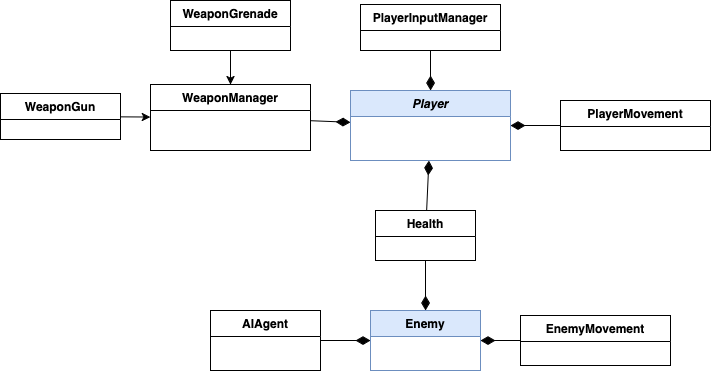
The draw.io diagram Entities.drawio.png in dana-jadzia/SGD213_Task-2-Wiki, before a commit. Source tidied: cells renumbered, new cells last; positions are measured from the earlier drawing's top-left corner, leaving out a move shared by most shapes.
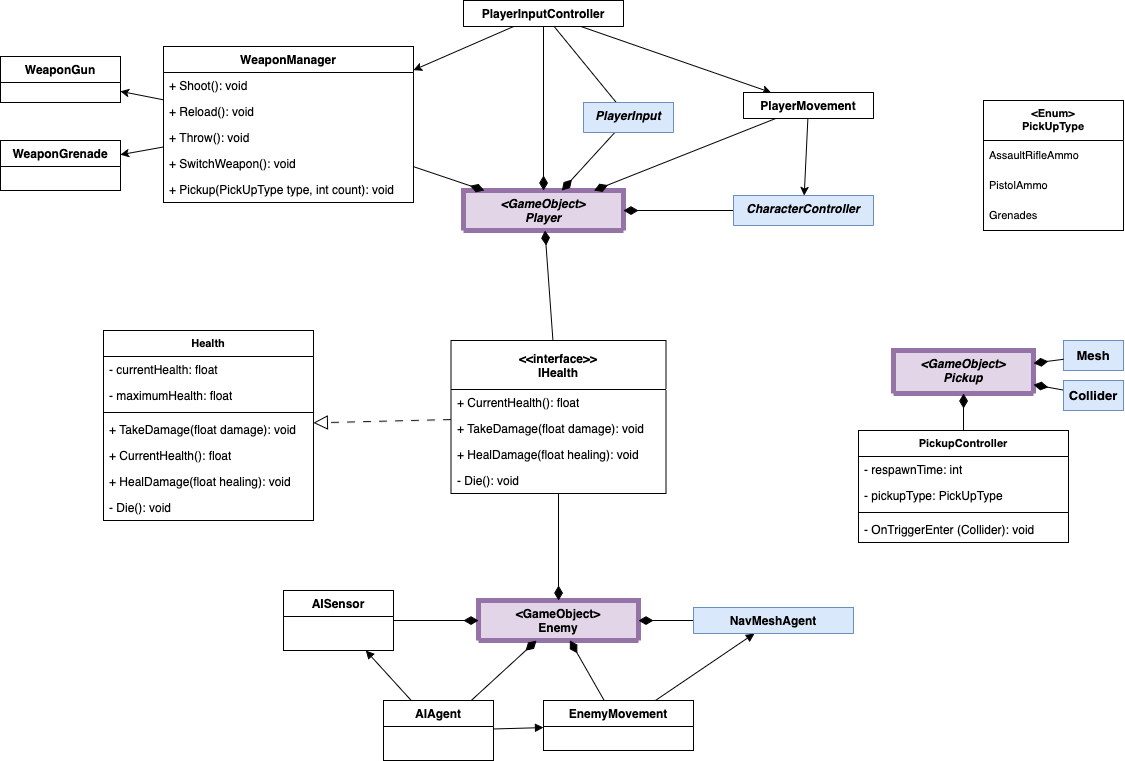
Above is the later version.

Change to the diagram source:
```diff
@@ -4,9 +4,9 @@
     <mxCell id="1" parent="0" />
-    <mxCell id="2" value="Player" style="swimlane;fontStyle=3;align=center;verticalAlign=top;horizontal=1;startSize=26;rounded=0;shadow=0;strokeWidth=1;fillColor=#dae8fc;strokeColor=#6c8ebf;" parent="1" vertex="1">
-      <mxGeometry x="350" y="90" width="160" height="70" as="geometry" />
+    <mxCell id="2" value="&lt;GameObject&gt;&#10;Player" style="swimlane;fontStyle=3;align=center;verticalAlign=top;horizontal=1;startSize=40;rounded=0;shadow=0;strokeWidth=5;fillColor=#e1d5e7;strokeColor=#9673a6;swimlaneFillColor=none;fillStyle=auto;" parent="1" vertex="1" collapsed="1">
+      <mxGeometry x="43" y="190" width="160" height="40" as="geometry" />
     </mxCell>
-    <mxCell id="3" value="Enemy" style="swimlane;fontStyle=1;align=center;verticalAlign=top;horizontal=1;startSize=26;rounded=0;shadow=0;strokeWidth=1;fillColor=#dae8fc;strokeColor=#6c8ebf;" parent="1" vertex="1">
-      <mxGeometry x="370" y="310" width="110" height="60" as="geometry" />
+    <mxCell id="3" value="&lt;GameObject&gt;&#10;Enemy" style="swimlane;fontStyle=1;align=center;verticalAlign=top;horizontal=1;startSize=40;rounded=0;shadow=0;strokeWidth=5;fillColor=#e1d5e7;strokeColor=#9673a6;" parent="1" vertex="1" collapsed="1">
+      <mxGeometry x="58" y="600" width="160" height="40" as="geometry" />
     </mxCell>
-    <mxCell id="4" style="edgeStyle=none;shape=connector;rounded=0;jettySize=auto;html=1;strokeColor=default;align=center;verticalAlign=middle;fontFamily=Helvetica;fontSize=11;fontColor=default;labelBackgroundColor=default;endArrow=classic;" parent="1" edge="1" source="5" target="9">
+    <mxCell id="4" style="edgeStyle=none;shape=connector;rounded=0;jettySize=auto;html=1;strokeColor=default;align=center;verticalAlign=middle;fontFamily=Helvetica;fontSize=11;fontColor=default;labelBackgroundColor=default;endArrow=classic;" parent="1" edge="1" source="9" target="5">
       <mxGeometry relative="1" as="geometry" />
@@ -14,5 +14,5 @@
     <mxCell id="5" value="WeaponGun" style="swimlane;fontStyle=1;align=center;verticalAlign=top;horizontal=1;startSize=26;rounded=0;shadow=0;strokeWidth=1;" parent="1" vertex="1">
-      <mxGeometry y="93" width="120" height="46" as="geometry" />
+      <mxGeometry x="-420" y="56" width="120" height="46" as="geometry" />
     </mxCell>
-    <mxCell id="6" style="edgeStyle=none;shape=connector;rounded=0;jettySize=auto;html=1;strokeColor=default;align=center;verticalAlign=middle;fontFamily=Helvetica;fontSize=11;fontColor=default;labelBackgroundColor=default;endArrow=classic;" parent="1" edge="1" source="7" target="9">
+    <mxCell id="6" style="edgeStyle=none;shape=connector;rounded=0;jettySize=auto;html=1;strokeColor=default;align=center;verticalAlign=middle;fontFamily=Helvetica;fontSize=11;fontColor=default;labelBackgroundColor=default;endArrow=classic;" parent="1" edge="1" source="9" target="7">
       <mxGeometry relative="1" as="geometry" />
@@ -20,3 +20,3 @@
     <mxCell id="7" value="WeaponGrenade" style="swimlane;fontStyle=1;align=center;verticalAlign=top;horizontal=1;startSize=26;rounded=0;shadow=0;strokeWidth=1;" parent="1" vertex="1">
-      <mxGeometry x="170" width="120" height="50" as="geometry" />
+      <mxGeometry x="-420" y="140" width="120" height="50" as="geometry" />
     </mxCell>
@@ -26,4 +26,19 @@
     <mxCell id="9" value="WeaponManager" style="swimlane;fontStyle=1;align=center;verticalAlign=top;horizontal=1;startSize=26;rounded=0;shadow=0;strokeWidth=1;" parent="1" vertex="1">
-      <mxGeometry x="150" y="84" width="160" height="66" as="geometry" />
+      <mxGeometry x="-257" y="46" width="250" height="156" as="geometry" />
     </mxCell>
+    <mxCell id="21" value="+ Shoot(): void" style="text;strokeColor=none;fillColor=none;align=left;verticalAlign=top;spacingLeft=4;spacingRight=4;overflow=hidden;whiteSpace=wrap;html=1;" parent="9" vertex="1">
+      <mxGeometry y="26" width="250" height="26" as="geometry" />
+    </mxCell>
+    <mxCell id="22" value="&lt;div&gt;+ Reload(): void&lt;/div&gt;" style="text;strokeColor=none;fillColor=none;align=left;verticalAlign=top;spacingLeft=4;spacingRight=4;overflow=hidden;whiteSpace=wrap;html=1;" parent="9" vertex="1">
+      <mxGeometry y="52" width="250" height="26" as="geometry" />
+    </mxCell>
+    <mxCell id="23" value="+ Throw(): void" style="text;strokeColor=none;fillColor=none;align=left;verticalAlign=top;spacingLeft=4;spacingRight=4;overflow=hidden;whiteSpace=wrap;html=1;" parent="9" vertex="1">
+      <mxGeometry y="78" width="250" height="26" as="geometry" />
+    </mxCell>
+    <mxCell id="24" value="+ SwitchWeapon(): void" style="text;strokeColor=none;fillColor=none;align=left;verticalAlign=top;spacingLeft=4;spacingRight=4;overflow=hidden;whiteSpace=wrap;html=1;" parent="9" vertex="1">
+      <mxGeometry y="104" width="250" height="26" as="geometry" />
+    </mxCell>
+    <mxCell id="25" value="+ Pickup(PickUpType type, int count): void" style="text;strokeColor=none;fillColor=none;align=left;verticalAlign=top;spacingLeft=4;spacingRight=4;overflow=hidden;whiteSpace=wrap;html=1;" parent="9" vertex="1">
+      <mxGeometry y="130" width="250" height="26" as="geometry" />
+    </mxCell>
     <mxCell id="10" style="edgeStyle=none;shape=connector;rounded=0;jettySize=auto;html=1;strokeColor=default;align=center;verticalAlign=middle;fontFamily=Helvetica;fontSize=11;fontColor=default;labelBackgroundColor=default;endArrow=diamondThin;endFill=1;startSize=6;endSize=12;" parent="1" edge="1" source="11" target="2">
@@ -31,4 +46,13 @@
     </mxCell>
+    <mxCell id="26" style="rounded=0;jettySize=auto;html=1;" parent="1" edge="1" source="11" target="9">
+      <mxGeometry relative="1" as="geometry" />
+    </mxCell>
+    <mxCell id="27" style="rounded=0;jettySize=auto;html=1;" parent="1" edge="1" source="11" target="13">
+      <mxGeometry relative="1" as="geometry" />
+    </mxCell>
+    <mxCell id="28" style="edgeStyle=none;shape=connector;rounded=0;jettySize=auto;html=1;strokeColor=default;align=center;verticalAlign=middle;fontFamily=Helvetica;fontSize=11;fontColor=default;labelBackgroundColor=default;startArrow=none;startFill=0;endArrow=none;" parent="1" edge="1" source="46" target="11">
+      <mxGeometry relative="1" as="geometry" />
+    </mxCell>
-    <mxCell id="11" value="PlayerInputManager" style="swimlane;fontStyle=1;align=center;verticalAlign=top;horizontal=1;startSize=26;rounded=0;shadow=0;strokeWidth=1;" parent="1" vertex="1">
-      <mxGeometry x="360" y="4" width="140" height="46" as="geometry" />
+    <mxCell id="11" value="PlayerInputController" style="swimlane;fontStyle=1;align=center;verticalAlign=top;horizontal=1;startSize=26;rounded=0;shadow=0;strokeWidth=1;" parent="1" vertex="1" collapsed="1">
+      <mxGeometry x="43" width="160" height="26" as="geometry" />
     </mxCell>
@@ -37,14 +61,17 @@
     </mxCell>
+    <mxCell id="29" style="rounded=0;jettySize=auto;html=1;endSize=6;" parent="1" edge="1" source="13" target="43">
+      <mxGeometry relative="1" as="geometry" />
+    </mxCell>
-    <mxCell id="13" value="PlayerMovement" style="swimlane;fontStyle=1;align=center;verticalAlign=top;horizontal=1;startSize=26;rounded=0;shadow=0;strokeWidth=1;" parent="1" vertex="1">
-      <mxGeometry x="560" y="100" width="150" height="50" as="geometry" />
+    <mxCell id="13" value="PlayerMovement" style="swimlane;fontStyle=1;align=center;verticalAlign=top;horizontal=1;startSize=26;rounded=0;shadow=0;strokeWidth=1;" parent="1" vertex="1" collapsed="1">
+      <mxGeometry x="323" y="92" width="130" height="26" as="geometry" />
     </mxCell>
-    <mxCell id="14" style="edgeStyle=none;shape=connector;rounded=0;jettySize=auto;html=1;strokeColor=default;align=center;verticalAlign=middle;fontFamily=Helvetica;fontSize=11;fontColor=default;labelBackgroundColor=default;endArrow=diamondThin;endFill=1;startSize=6;endSize=12;" parent="1" edge="1" source="16" target="2">
+    <mxCell id="14" style="edgeStyle=none;shape=connector;rounded=0;jettySize=auto;html=1;strokeColor=default;align=center;verticalAlign=middle;fontFamily=Helvetica;fontSize=11;fontColor=default;labelBackgroundColor=default;endArrow=diamondThin;endFill=1;startSize=6;endSize=12;" parent="1" edge="1" source="37" target="2">
       <mxGeometry relative="1" as="geometry" />
     </mxCell>
-    <mxCell id="15" style="edgeStyle=none;shape=connector;rounded=0;jettySize=auto;html=1;strokeColor=default;align=center;verticalAlign=middle;fontFamily=Helvetica;fontSize=11;fontColor=default;labelBackgroundColor=default;endArrow=diamondThin;endFill=1;startSize=6;endSize=12;" parent="1" edge="1" source="16" target="3">
+    <mxCell id="15" style="edgeStyle=none;shape=connector;rounded=0;jettySize=auto;html=1;strokeColor=default;align=center;verticalAlign=middle;fontFamily=Helvetica;fontSize=11;fontColor=default;labelBackgroundColor=default;endArrow=diamondThin;endFill=1;startSize=6;endSize=12;" parent="1" edge="1" source="37" target="3">
       <mxGeometry relative="1" as="geometry" />
     </mxCell>
-    <mxCell id="16" value="Health" style="swimlane;fontStyle=1;align=center;verticalAlign=top;horizontal=1;startSize=26;rounded=0;shadow=0;strokeWidth=1;" parent="1" vertex="1">
-      <mxGeometry x="375" y="210" width="100" height="50" as="geometry" />
-    </mxCell>
+    <mxCell id="30" style="rounded=0;jettySize=auto;html=1;endSize=12;endArrow=block;endFill=0;dashed=1;dashPattern=8 8;" parent="1" edge="1" source="37" target="16">
+      <mxGeometry relative="1" as="geometry" />
+    </mxCell>
     <mxCell id="17" style="edgeStyle=none;shape=connector;rounded=0;jettySize=auto;html=1;strokeColor=default;align=center;verticalAlign=middle;fontFamily=Helvetica;fontSize=11;fontColor=default;labelBackgroundColor=default;endArrow=diamondThin;endFill=1;startSize=6;endSize=12;" parent="1" edge="1" source="18" target="3">
@@ -53,3 +80,3 @@
     <mxCell id="18" value="AIAgent" style="swimlane;fontStyle=1;align=center;verticalAlign=top;horizontal=1;startSize=26;rounded=0;shadow=0;strokeWidth=1;" parent="1" vertex="1">
-      <mxGeometry x="210" y="310" width="110" height="60" as="geometry" />
+      <mxGeometry x="-37" y="700" width="110" height="60" as="geometry" />
     </mxCell>
@@ -58,5 +85,122 @@
     </mxCell>
+    <mxCell id="31" style="edgeStyle=none;shape=connector;rounded=0;jettySize=auto;html=1;strokeColor=default;align=center;verticalAlign=middle;fontFamily=Helvetica;fontSize=11;fontColor=default;labelBackgroundColor=default;startArrow=block;startFill=1;endArrow=none;" parent="1" edge="1" source="36" target="20">
+      <mxGeometry relative="1" as="geometry" />
+    </mxCell>
     <mxCell id="20" value="EnemyMovement" style="swimlane;fontStyle=1;align=center;verticalAlign=top;horizontal=1;startSize=26;rounded=0;shadow=0;strokeWidth=1;" parent="1" vertex="1">
-      <mxGeometry x="520" y="315" width="150" height="50" as="geometry" />
+      <mxGeometry x="123" y="700" width="150" height="50" as="geometry" />
     </mxCell>
+    <mxCell id="32" style="edgeStyle=none;shape=connector;rounded=0;jettySize=auto;html=1;strokeColor=default;align=center;verticalAlign=middle;fontFamily=Helvetica;fontSize=11;fontColor=default;labelBackgroundColor=default;endArrow=diamondThin;endFill=1;startSize=6;endSize=12;" parent="1" edge="1" source="34" target="3">
+      <mxGeometry relative="1" as="geometry" />
+    </mxCell>
+    <mxCell id="33" style="rounded=0;jettySize=auto;html=1;endArrow=none;startFill=1;startArrow=block;" parent="1" edge="1" source="34" target="18">
+      <mxGeometry relative="1" as="geometry" />
+    </mxCell>
+    <mxCell id="34" value="AISensor" style="swimlane;fontStyle=1;align=center;verticalAlign=top;horizontal=1;startSize=26;rounded=0;shadow=0;strokeWidth=1;" parent="1" vertex="1">
+      <mxGeometry x="-137" y="590" width="110" height="60" as="geometry" />
+    </mxCell>
+    <mxCell id="35" style="rounded=0;jettySize=auto;html=1;endArrow=diamondThin;endFill=1;endSize=12;" parent="1" edge="1" source="36" target="3">
+      <mxGeometry relative="1" as="geometry" />
+    </mxCell>
+    <mxCell id="36" value="NavMeshAgent" style="swimlane;fontStyle=1;align=center;verticalAlign=top;horizontal=1;startSize=26;rounded=0;shadow=0;strokeWidth=1;fillColor=#dae8fc;strokeColor=#6c8ebf;" parent="1" vertex="1" collapsed="1">
+      <mxGeometry x="273" y="607" width="160" height="26" as="geometry" />
+    </mxCell>
+    <mxCell id="37" value="&lt;&lt;interface&gt;&gt;&#10;IHealth" style="swimlane;fontStyle=1;align=center;verticalAlign=middle;horizontal=1;startSize=49;rounded=0;shadow=0;strokeWidth=1;" parent="1" vertex="1">
+      <mxGeometry x="30.5" y="340" width="215" height="153" as="geometry" />
+    </mxCell>
+    <mxCell id="38" value="+ CurrentHealth(): float" style="text;strokeColor=none;fillColor=none;align=left;verticalAlign=top;spacingLeft=4;spacingRight=4;overflow=hidden;whiteSpace=wrap;html=1;" parent="37" vertex="1">
+      <mxGeometry y="49" width="215" height="26" as="geometry" />
+    </mxCell>
+    <mxCell id="39" value="+ TakeDamage(float damage): void" style="text;strokeColor=none;fillColor=none;align=left;verticalAlign=top;spacingLeft=4;spacingRight=4;overflow=hidden;whiteSpace=wrap;html=1;" parent="37" vertex="1">
+      <mxGeometry y="75" width="215" height="26" as="geometry" />
+    </mxCell>
+    <mxCell id="40" value="+ HealDamage(float healing): void" style="text;strokeColor=none;fillColor=none;align=left;verticalAlign=top;spacingLeft=4;spacingRight=4;overflow=hidden;whiteSpace=wrap;html=1;" parent="37" vertex="1">
+      <mxGeometry y="101" width="215" height="26" as="geometry" />
+    </mxCell>
+    <mxCell id="41" value="- Die(): void" style="text;strokeColor=none;fillColor=none;align=left;verticalAlign=top;spacingLeft=4;spacingRight=4;overflow=hidden;whiteSpace=wrap;html=1;" parent="37" vertex="1">
+      <mxGeometry y="127" width="215" height="26" as="geometry" />
+    </mxCell>
+    <mxCell id="42" style="rounded=0;jettySize=auto;html=1;endArrow=diamondThin;endFill=1;endSize=12;" parent="1" edge="1" source="43" target="2">
+      <mxGeometry relative="1" as="geometry" />
+    </mxCell>
+    <mxCell id="43" value="CharacterController" style="swimlane;fontStyle=3;align=center;verticalAlign=top;horizontal=1;startSize=30;rounded=0;shadow=0;strokeWidth=1;fillColor=#dae8fc;strokeColor=#6c8ebf;" parent="1" vertex="1" collapsed="1">
+      <mxGeometry x="313" y="195" width="140" height="30" as="geometry" />
+    </mxCell>
+    <mxCell id="44" style="rounded=0;jettySize=auto;html=1;endArrow=none;startFill=1;startArrow=block;" parent="1" edge="1" source="20" target="18">
+      <mxGeometry relative="1" as="geometry" />
+    </mxCell>
+    <mxCell id="45" style="rounded=0;jettySize=auto;html=1;endArrow=diamondThin;endFill=1;endSize=12;" parent="1" edge="1" source="46" target="2">
+      <mxGeometry relative="1" as="geometry" />
+    </mxCell>
+    <mxCell id="46" value="PlayerInput" style="swimlane;fontStyle=3;align=center;verticalAlign=top;horizontal=1;startSize=30;rounded=0;shadow=0;strokeWidth=1;fillColor=#dae8fc;strokeColor=#6c8ebf;" parent="1" vertex="1" collapsed="1">
+      <mxGeometry x="163" y="102" width="90" height="30" as="geometry" />
+    </mxCell>
+    <mxCell id="16" value="Health" style="swimlane;fontStyle=1;align=center;verticalAlign=top;horizontal=1;startSize=26;whiteSpace=wrap;html=1;fontFamily=Helvetica;fontSize=11;fontColor=default;labelBackgroundColor=default;" parent="1" vertex="1">
+      <mxGeometry x="-317" y="330" width="210" height="190" as="geometry" />
+    </mxCell>
+    <mxCell id="47" value="- currentHealth: float" style="text;strokeColor=none;fillColor=none;align=left;verticalAlign=top;spacingLeft=4;spacingRight=4;overflow=hidden;whiteSpace=wrap;html=1;" parent="16" vertex="1">
+      <mxGeometry y="26" width="210" height="26" as="geometry" />
+    </mxCell>
+    <mxCell id="48" value="&lt;div&gt;- maximumHealth: float&lt;/div&gt;" style="text;strokeColor=none;fillColor=none;align=left;verticalAlign=top;spacingLeft=4;spacingRight=4;overflow=hidden;whiteSpace=wrap;html=1;" parent="16" vertex="1">
+      <mxGeometry y="52" width="210" height="26" as="geometry" />
+    </mxCell>
+    <mxCell id="49" style="line;strokeWidth=1;fillColor=none;align=left;verticalAlign=middle;spacingTop=-1;spacingLeft=3;spacingRight=3;labelPosition=right;strokeColor=inherit;fontFamily=Helvetica;fontSize=11;fontColor=default;labelBackgroundColor=default;" parent="16" vertex="1">
+      <mxGeometry y="78" width="210" height="8" as="geometry" />
+    </mxCell>
+    <mxCell id="50" value="+ TakeDamage(float damage): void" style="text;strokeColor=none;fillColor=none;align=left;verticalAlign=top;spacingLeft=4;spacingRight=4;overflow=hidden;whiteSpace=wrap;html=1;" parent="16" vertex="1">
+      <mxGeometry y="86" width="210" height="26" as="geometry" />
+    </mxCell>
+    <mxCell id="51" value="+ CurrentHealth(): float" style="text;strokeColor=none;fillColor=none;align=left;verticalAlign=top;spacingLeft=4;spacingRight=4;overflow=hidden;whiteSpace=wrap;html=1;" parent="16" vertex="1">
+      <mxGeometry y="112" width="210" height="26" as="geometry" />
+    </mxCell>
+    <mxCell id="52" value="+ HealDamage(float healing): void" style="text;strokeColor=none;fillColor=none;align=left;verticalAlign=top;spacingLeft=4;spacingRight=4;overflow=hidden;whiteSpace=wrap;html=1;" parent="16" vertex="1">
+      <mxGeometry y="138" width="210" height="26" as="geometry" />
+    </mxCell>
+    <mxCell id="53" value="- Die(): void" style="text;strokeColor=none;fillColor=none;align=left;verticalAlign=top;spacingLeft=4;spacingRight=4;overflow=hidden;whiteSpace=wrap;html=1;" parent="16" vertex="1">
+      <mxGeometry y="164" width="210" height="26" as="geometry" />
+    </mxCell>
+    <mxCell id="54" value="&lt;GameObject&gt;&#10;Pickup" style="swimlane;fontStyle=3;align=center;verticalAlign=top;horizontal=1;startSize=43;rounded=0;shadow=0;strokeWidth=5;fillColor=#e1d5e7;strokeColor=#9673a6;" parent="1" vertex="1" collapsed="1">
+      <mxGeometry x="473" y="350" width="140" height="43" as="geometry" />
+    </mxCell>
+    <mxCell id="55" style="edgeStyle=none;shape=connector;rounded=0;jettySize=auto;html=1;strokeColor=default;align=center;verticalAlign=middle;fontFamily=Helvetica;fontSize=11;fontColor=default;labelBackgroundColor=default;endArrow=diamondThin;endFill=1;endSize=12;" parent="1" edge="1" source="58" target="54">
+      <mxGeometry relative="1" as="geometry" />
+    </mxCell>
+    <mxCell id="56" value="&lt;span&gt;Mesh&lt;/span&gt;" style="html=1;whiteSpace=wrap;fontFamily=Helvetica;fontSize=13;labelBackgroundColor=none;fillColor=#dae8fc;strokeColor=#6c8ebf;fontStyle=1;" parent="1" vertex="1">
+      <mxGeometry x="643" y="340" width="60" height="30" as="geometry" />
+    </mxCell>
+    <mxCell id="57" style="rounded=0;jettySize=auto;html=1;endArrow=diamondThin;endFill=1;endSize=12;" parent="1" edge="1" source="56" target="54">
+      <mxGeometry relative="1" as="geometry" />
+    </mxCell>
+    <mxCell id="58" value="Collider" style="html=1;whiteSpace=wrap;fontFamily=Helvetica;fontSize=13;labelBackgroundColor=none;fillColor=#dae8fc;strokeColor=#6c8ebf;fontStyle=1;" parent="1" vertex="1">
+      <mxGeometry x="643" y="380" width="60" height="30" as="geometry" />
+    </mxCell>
+    <mxCell id="59" style="edgeStyle=none;shape=connector;rounded=0;jettySize=auto;html=1;strokeColor=default;align=center;verticalAlign=middle;fontFamily=Helvetica;fontSize=11;fontColor=default;labelBackgroundColor=default;endArrow=diamondThin;endFill=1;endSize=12;" parent="1" edge="1" source="60" target="54">
+      <mxGeometry relative="1" as="geometry" />
+    </mxCell>
+    <mxCell id="60" value="PickupController" style="swimlane;fontStyle=1;align=center;verticalAlign=top;horizontal=1;startSize=26;whiteSpace=wrap;html=1;fontFamily=Helvetica;fontSize=11;fontColor=default;labelBackgroundColor=default;" parent="1" vertex="1">
+      <mxGeometry x="438" y="430" width="210" height="112" as="geometry" />
+    </mxCell>
+    <mxCell id="61" value="- respawnTime: int" style="text;strokeColor=none;fillColor=none;align=left;verticalAlign=top;spacingLeft=4;spacingRight=4;overflow=hidden;whiteSpace=wrap;html=1;" parent="60" vertex="1">
+      <mxGeometry y="26" width="210" height="26" as="geometry" />
+    </mxCell>
+    <mxCell id="62" value="- pickupType: PickUpType" style="text;strokeColor=none;fillColor=none;align=left;verticalAlign=top;spacingLeft=4;spacingRight=4;overflow=hidden;whiteSpace=wrap;html=1;" parent="60" vertex="1">
+      <mxGeometry y="52" width="210" height="26" as="geometry" />
+    </mxCell>
+    <mxCell id="63" style="line;strokeWidth=1;fillColor=none;align=left;verticalAlign=middle;spacingTop=-1;spacingLeft=3;spacingRight=3;labelPosition=right;strokeColor=inherit;fontFamily=Helvetica;fontSize=11;fontColor=default;labelBackgroundColor=default;" parent="60" vertex="1">
+      <mxGeometry y="78" width="210" height="8" as="geometry" />
+    </mxCell>
+    <mxCell id="64" value="- OnTriggerEnter (Collider): void" style="text;strokeColor=none;fillColor=none;align=left;verticalAlign=top;spacingLeft=4;spacingRight=4;overflow=hidden;whiteSpace=wrap;html=1;" parent="60" vertex="1">
+      <mxGeometry y="86" width="210" height="26" as="geometry" />
+    </mxCell>
+    <mxCell id="65" value="&lt;div&gt;&lt;b&gt;&amp;lt;Enum&amp;gt;&lt;/b&gt;&lt;/div&gt;&lt;div&gt;&lt;b&gt;PickUpType&lt;/b&gt;&lt;/div&gt;" style="swimlane;fontStyle=0;horizontal=1;startSize=40;whiteSpace=wrap;html=1;fontFamily=Helvetica;fontSize=11;fontColor=default;labelBackgroundColor=default;" parent="1" vertex="1">
+      <mxGeometry x="563" y="100" width="140" height="130" as="geometry" />
+    </mxCell>
+    <mxCell id="66" value="AssaultRifleAmmo" style="text;strokeColor=none;fillColor=none;align=left;verticalAlign=middle;spacingLeft=4;spacingRight=4;overflow=hidden;whiteSpace=wrap;html=1;fontFamily=Helvetica;fontSize=11;fontColor=default;labelBackgroundColor=default;" parent="65" vertex="1">
+      <mxGeometry y="40" width="140" height="30" as="geometry" />
+    </mxCell>
+    <mxCell id="67" value="PistolAmmo" style="text;strokeColor=none;fillColor=none;align=left;verticalAlign=middle;spacingLeft=4;spacingRight=4;overflow=hidden;whiteSpace=wrap;html=1;fontFamily=Helvetica;fontSize=11;fontColor=default;labelBackgroundColor=default;" parent="65" vertex="1">
+      <mxGeometry y="70" width="140" height="30" as="geometry" />
+    </mxCell>
+    <mxCell id="68" value="Grenades" style="text;strokeColor=none;fillColor=none;align=left;verticalAlign=middle;spacingLeft=4;spacingRight=4;overflow=hidden;whiteSpace=wrap;html=1;fontFamily=Helvetica;fontSize=11;fontColor=default;labelBackgroundColor=default;" parent="65" vertex="1">
+      <mxGeometry y="100" width="140" height="30" as="geometry" />
+    </mxCell>
   </root>
```
